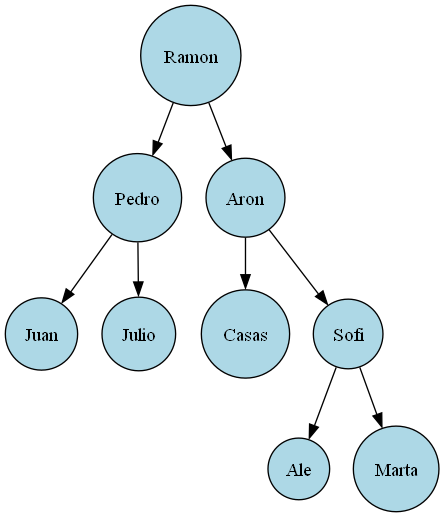
The Graphviz diagram graph.png in RudyReyes28/SistemaGestionContactos, before a commit. Its source is kept beside it as graph.dot. Source of this version:
```dot
digraph ArbolAVL {
node [shape=circle, style=filled, fillcolor=lightblue, fontcolor=black];
Ramon;
Ramon -> Pedro;
Pedro;
Pedro -> Juan;
Juan;
Pedro -> Julio;
Julio;
Ramon -> Aron;
Aron;
Aron -> Casas;
Casas;
Aron -> Sofi;
Sofi;
Sofi -> Ale;
Ale;
Sofi -> Marta;
Marta;
}
```
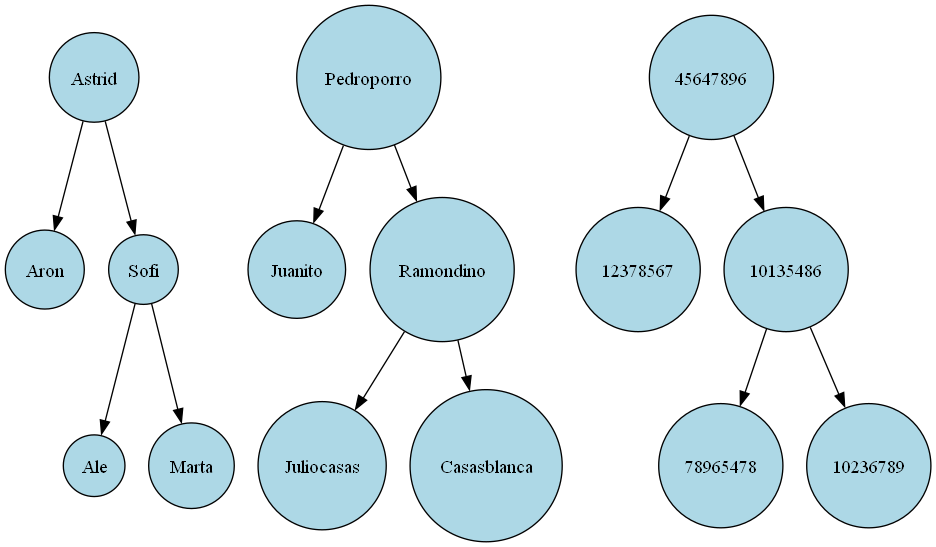
The same diagram one commit later.

What changed in the source:
```diff
@@ -1,20 +1,30 @@
 digraph ArbolAVL {
 node [shape=circle, style=filled, fillcolor=lightblue, fontcolor=black];
-Ramon;
-Ramon -> Pedro;
-Pedro;
-Pedro -> Juan;
-Juan;
-Pedro -> Julio;
-Julio;
-Ramon -> Aron;
+Astrid;
+Astrid -> Aron;
 Aron;
-Aron -> Casas;
-Casas;
-Aron -> Sofi;
+Astrid -> Sofi;
 Sofi;
 Sofi -> Ale;
 Ale;
 Sofi -> Marta;
 Marta;
+Pedroporro;
+Pedroporro -> Juanito;
+Juanito;
+Pedroporro -> Ramondino;
+Ramondino;
+Ramondino -> Juliocasas;
+Juliocasas;
+Ramondino -> Casasblanca;
+Casasblanca;
+45647896;
+45647896 -> 12378567;
+12378567;
+45647896 -> 10135486;
+10135486;
+10135486 -> 78965478;
+78965478;
+10135486 -> 10236789;
+10236789;
 }
```
